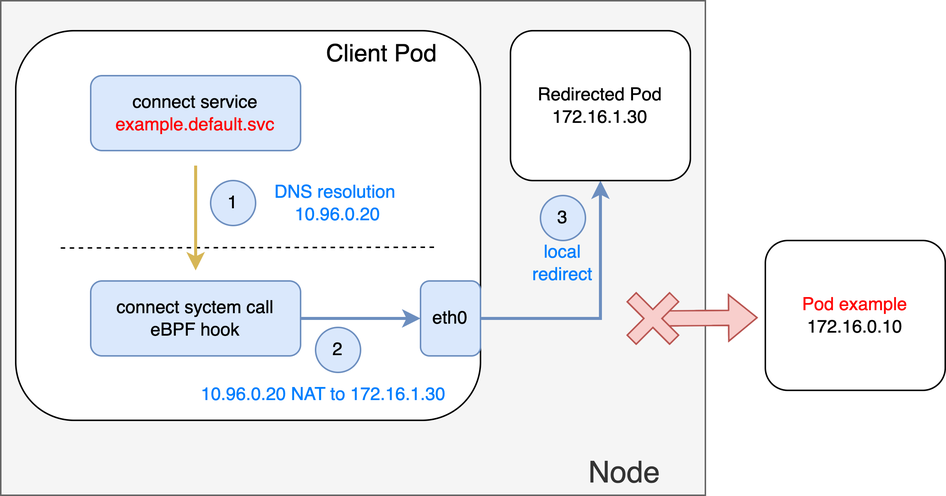
The draw.io diagram docs/images/localRedirect.png in elf-io/balancing, before a commit. Source tidied: cells renumbered, new cells last; positions are measured from the earlier drawing's top-left corner, leaving out a move shared by most shapes. The source it was exported from:
```xml
<mxGraphModel>
  <root>
    <mxCell id="0" />
    <mxCell id="1" parent="0" />
    <mxCell id="2" value="Node&amp;nbsp; &amp;nbsp; &amp;nbsp;" style="rounded=0;whiteSpace=wrap;html=1;verticalAlign=bottom;fontSize=20;align=right;fillColor=#f5f5f5;fontColor=#333333;strokeColor=#666666;" parent="1" vertex="1">
      <mxGeometry width="470" height="330" as="geometry" />
    </mxCell>
    <mxCell id="3" value="Client Pod&amp;nbsp; &amp;nbsp; &amp;nbsp;&amp;nbsp;" style="rounded=1;whiteSpace=wrap;html=1;fontSize=16;verticalAlign=top;align=right;" parent="1" vertex="1">
      <mxGeometry x="10" y="20" width="310" height="260" as="geometry" />
    </mxCell>
    <mxCell id="4" value="connect service&lt;br&gt;&lt;font color=&quot;#ff0000&quot;&gt;example.default.svc&lt;/font&gt;" style="rounded=1;whiteSpace=wrap;html=1;fillColor=#dae8fc;strokeColor=#6c8ebf;" parent="1" vertex="1">
      <mxGeometry x="60" y="50" width="140" height="50" as="geometry" />
    </mxCell>
    <mxCell id="5" style="endArrow=none;dashed=1;html=1;rounded=0;" parent="1" edge="1">
      <mxGeometry relative="1" as="geometry">
        <mxPoint x="40" y="165" as="sourcePoint" />
        <mxPoint x="290" y="164.5" as="targetPoint" />
      </mxGeometry>
    </mxCell>
    <mxCell id="6" value="DNS resolution&amp;nbsp;&lt;br&gt;10.96.0.20" style="text;html=1;strokeColor=none;fillColor=none;align=center;verticalAlign=middle;whiteSpace=wrap;rounded=0;fontColor=#007FFF;" parent="1" vertex="1">
      <mxGeometry x="180" y="100" width="90" height="70" as="geometry" />
    </mxCell>
    <mxCell id="7" style="edgeStyle=orthogonalEdgeStyle;rounded=0;jettySize=auto;html=1;entryX=0;entryY=0.5;entryDx=0;entryDy=0;fillColor=#dae8fc;strokeColor=#6c8ebf;strokeWidth=2;" parent="1" edge="1" source="8" target="11">
      <mxGeometry relative="1" as="geometry" />
    </mxCell>
    <mxCell id="8" value="connect syctem call&lt;br&gt;eBPF hook" style="rounded=1;whiteSpace=wrap;html=1;fillColor=#dae8fc;strokeColor=#6c8ebf;" parent="1" vertex="1">
      <mxGeometry x="60" y="187" width="140" height="50" as="geometry" />
    </mxCell>
    <mxCell id="9" style="endArrow=classic;html=1;rounded=0;fillColor=#fff2cc;strokeColor=#d6b656;strokeWidth=2;" parent="1" edge="1">
      <mxGeometry relative="1" as="geometry">
        <mxPoint x="130" y="110" as="sourcePoint" />
        <mxPoint x="130" y="180" as="targetPoint" />
      </mxGeometry>
    </mxCell>
    <mxCell id="10" style="edgeStyle=orthogonalEdgeStyle;rounded=0;jettySize=auto;html=1;fillColor=#dae8fc;strokeColor=#6c8ebf;strokeWidth=2;" parent="1" edge="1" source="11" target="13">
      <mxGeometry relative="1" as="geometry">
        <Array as="points">
          <mxPoint x="400" y="212" />
        </Array>
      </mxGeometry>
    </mxCell>
    <mxCell id="11" value="eth0" style="rounded=1;whiteSpace=wrap;html=1;fillColor=#dae8fc;strokeColor=#6c8ebf;" parent="1" vertex="1">
      <mxGeometry x="280" y="187" width="40" height="50" as="geometry" />
    </mxCell>
    <mxCell id="12" value="1" style="ellipse;whiteSpace=wrap;html=1;fillColor=#dae8fc;strokeColor=#6c8ebf;" parent="1" vertex="1">
      <mxGeometry x="140" y="120" width="30" height="30" as="geometry" />
    </mxCell>
    <mxCell id="13" value="Redirected Pod&lt;br&gt;172.16.1.30" style="rounded=1;whiteSpace=wrap;html=1;" parent="1" vertex="1">
      <mxGeometry x="340" y="20" width="120" height="100" as="geometry" />
    </mxCell>
    <mxCell id="14" value="&lt;font color=&quot;#ff0000&quot;&gt;Pod example&lt;br&gt;&lt;/font&gt;172.16.0.10" style="rounded=1;whiteSpace=wrap;html=1;" parent="1" vertex="1">
      <mxGeometry x="510" y="160" width="120" height="100" as="geometry" />
    </mxCell>
    <mxCell id="15" value="10.96.0.20 NAT to&amp;nbsp;172.16.1.30" style="text;html=1;align=center;verticalAlign=middle;strokeColor=none;fillColor=none;fontColor=#007FFF;" parent="1" vertex="1">
      <mxGeometry x="120" y="248" width="190" height="30" as="geometry" />
    </mxCell>
    <mxCell id="16" value="2" style="ellipse;whiteSpace=wrap;html=1;fillColor=#dae8fc;strokeColor=#6c8ebf;" parent="1" vertex="1">
      <mxGeometry x="210" y="218" width="30" height="30" as="geometry" />
    </mxCell>
    <mxCell id="17" value="3" style="ellipse;whiteSpace=wrap;html=1;fillColor=#dae8fc;strokeColor=#6c8ebf;" parent="1" vertex="1">
      <mxGeometry x="360" y="130" width="30" height="30" as="geometry" />
    </mxCell>
    <mxCell id="18" value="local redirect" style="text;html=1;strokeColor=none;fillColor=none;align=center;verticalAlign=middle;whiteSpace=wrap;rounded=0;fontColor=#007FFF;" parent="1" vertex="1">
      <mxGeometry x="345" y="160" width="60" height="30" as="geometry" />
    </mxCell>
    <mxCell id="19" style="shape=flexArrow;endArrow=classic;html=1;rounded=0;fillColor=#f8cecc;strokeColor=#b85450;exitX=0;exitY=0;exitDx=24.24264068711932;exitDy=15.75735931288068;exitPerimeter=0;" parent="1" edge="1" source="20">
      <mxGeometry relative="1" as="geometry">
        <mxPoint x="505" y="211.5" as="targetPoint" />
      </mxGeometry>
    </mxCell>
    <mxCell id="20" style="shape=cross;whiteSpace=wrap;html=1;rotation=45;fillColor=#f8cecc;strokeColor=#b85450;size=0.21213203435596598;" parent="1" vertex="1">
      <mxGeometry x="415" y="192" width="40" height="40" as="geometry" />
    </mxCell>
  </root>
</mxGraphModel>
```
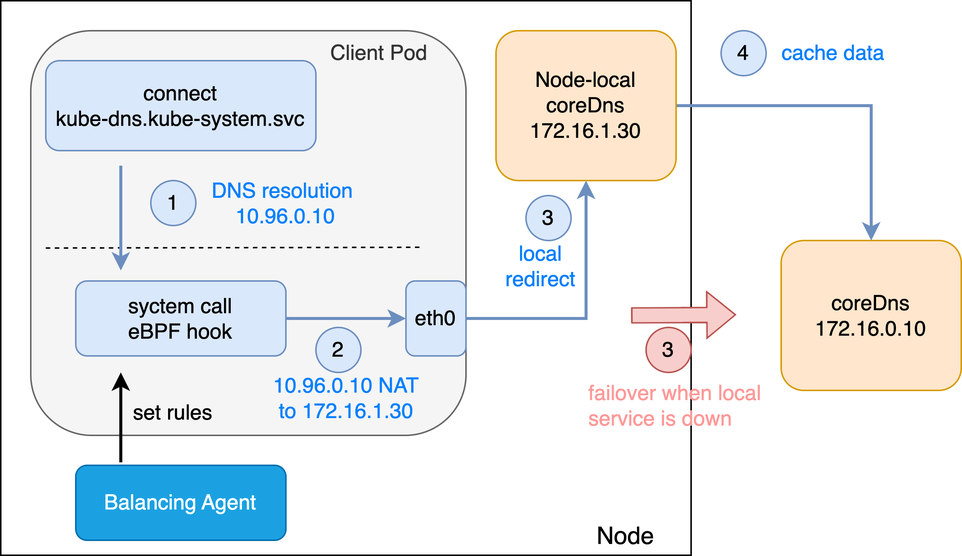
Above is the later version.

Change to the diagram source:
```diff
@@ -2,74 +2,99 @@
   <root>
     <mxCell id="0" />
     <mxCell id="1" parent="0" />
-    <mxCell id="2" value="Node&amp;nbsp; &amp;nbsp; &amp;nbsp;" style="rounded=0;whiteSpace=wrap;html=1;verticalAlign=bottom;fontSize=20;align=right;fillColor=#f5f5f5;fontColor=#333333;strokeColor=#666666;" parent="1" vertex="1">
-      <mxGeometry width="470" height="330" as="geometry" />
+    <mxCell id="2" value="Node&amp;nbsp; &amp;nbsp; &amp;nbsp;" style="rounded=0;whiteSpace=wrap;html=1;verticalAlign=bottom;fontSize=16;align=right;" parent="1" vertex="1">
+      <mxGeometry x="10" width="460" height="370" as="geometry" />
     </mxCell>
-    <mxCell id="3" value="Client Pod&amp;nbsp; &amp;nbsp; &amp;nbsp;&amp;nbsp;" style="rounded=1;whiteSpace=wrap;html=1;fontSize=16;verticalAlign=top;align=right;" parent="1" vertex="1">
-      <mxGeometry x="10" y="20" width="310" height="260" as="geometry" />
+    <mxCell id="3" value="Client Pod&amp;nbsp; &amp;nbsp; &amp;nbsp;&amp;nbsp;" style="rounded=1;whiteSpace=wrap;html=1;fontSize=14;verticalAlign=top;align=right;fillColor=#f5f5f5;fontColor=#333333;strokeColor=#666666;" parent="1" vertex="1">
+      <mxGeometry x="30" y="20" width="290" height="270" as="geometry" />
     </mxCell>
-    <mxCell id="4" value="connect service&lt;br&gt;&lt;font color=&quot;#ff0000&quot;&gt;example.default.svc&lt;/font&gt;" style="rounded=1;whiteSpace=wrap;html=1;fillColor=#dae8fc;strokeColor=#6c8ebf;" parent="1" vertex="1">
-      <mxGeometry x="60" y="50" width="140" height="50" as="geometry" />
+    <mxCell id="4" value="connect&lt;br style=&quot;font-size: 14px;&quot;&gt;&lt;font style=&quot;font-size: 14px;&quot;&gt;kube-dns.kube-system.svc&lt;/font&gt;" style="rounded=1;whiteSpace=wrap;html=1;fillColor=#dae8fc;strokeColor=#6c8ebf;fontSize=14;fontColor=#000000;" parent="1" vertex="1">
+      <mxGeometry x="40" y="40" width="180" height="60" as="geometry" />
     </mxCell>
-    <mxCell id="5" style="endArrow=none;dashed=1;html=1;rounded=0;" parent="1" edge="1">
+    <mxCell id="5" style="endArrow=none;dashed=1;html=1;rounded=0;fontSize=14;" parent="1" edge="1">
       <mxGeometry relative="1" as="geometry">
         <mxPoint x="40" y="165" as="sourcePoint" />
         <mxPoint x="290" y="164.5" as="targetPoint" />
       </mxGeometry>
     </mxCell>
-    <mxCell id="6" value="DNS resolution&amp;nbsp;&lt;br&gt;10.96.0.20" style="text;html=1;strokeColor=none;fillColor=none;align=center;verticalAlign=middle;whiteSpace=wrap;rounded=0;fontColor=#007FFF;" parent="1" vertex="1">
-      <mxGeometry x="180" y="100" width="90" height="70" as="geometry" />
+    <mxCell id="6" value="DNS resolution&amp;nbsp;&lt;br style=&quot;font-size: 14px;&quot;&gt;10.96.0.10" style="text;html=1;strokeColor=none;fillColor=none;align=center;verticalAlign=middle;whiteSpace=wrap;rounded=0;fontColor=#007FFF;fontSize=14;" parent="1" vertex="1">
+      <mxGeometry x="140" y="100" width="120" height="70" as="geometry" />
     </mxCell>
-    <mxCell id="7" style="edgeStyle=orthogonalEdgeStyle;rounded=0;jettySize=auto;html=1;entryX=0;entryY=0.5;entryDx=0;entryDy=0;fillColor=#dae8fc;strokeColor=#6c8ebf;strokeWidth=2;" parent="1" edge="1" source="8" target="11">
+    <mxCell id="7" style="edgeStyle=orthogonalEdgeStyle;rounded=0;jettySize=auto;html=1;entryX=0;entryY=0.5;entryDx=0;entryDy=0;fillColor=#dae8fc;strokeColor=#6c8ebf;strokeWidth=2;fontSize=14;" parent="1" edge="1" source="8" target="11">
       <mxGeometry relative="1" as="geometry" />
     </mxCell>
-    <mxCell id="8" value="connect syctem call&lt;br&gt;eBPF hook" style="rounded=1;whiteSpace=wrap;html=1;fillColor=#dae8fc;strokeColor=#6c8ebf;" parent="1" vertex="1">
+    <mxCell id="8" value="syctem call&lt;br style=&quot;font-size: 14px;&quot;&gt;eBPF hook" style="rounded=1;whiteSpace=wrap;html=1;fillColor=#dae8fc;strokeColor=#6c8ebf;fontSize=14;" parent="1" vertex="1">
       <mxGeometry x="60" y="187" width="140" height="50" as="geometry" />
     </mxCell>
-    <mxCell id="9" style="endArrow=classic;html=1;rounded=0;fillColor=#fff2cc;strokeColor=#d6b656;strokeWidth=2;" parent="1" edge="1">
+    <mxCell id="9" style="endArrow=classic;html=1;rounded=0;fillColor=#dae8fc;strokeColor=#6c8ebf;strokeWidth=2;fontSize=14;" parent="1" edge="1">
       <mxGeometry relative="1" as="geometry">
-        <mxPoint x="130" y="110" as="sourcePoint" />
-        <mxPoint x="130" y="180" as="targetPoint" />
+        <mxPoint x="90" y="110" as="sourcePoint" />
+        <mxPoint x="90" y="180" as="targetPoint" />
       </mxGeometry>
     </mxCell>
-    <mxCell id="10" style="edgeStyle=orthogonalEdgeStyle;rounded=0;jettySize=auto;html=1;fillColor=#dae8fc;strokeColor=#6c8ebf;strokeWidth=2;" parent="1" edge="1" source="11" target="13">
+    <mxCell id="10" style="edgeStyle=orthogonalEdgeStyle;rounded=0;jettySize=auto;html=1;fillColor=#dae8fc;strokeColor=#6c8ebf;strokeWidth=2;fontSize=14;" parent="1" edge="1" source="11" target="13">
       <mxGeometry relative="1" as="geometry">
         <Array as="points">
           <mxPoint x="400" y="212" />
         </Array>
       </mxGeometry>
     </mxCell>
-    <mxCell id="11" value="eth0" style="rounded=1;whiteSpace=wrap;html=1;fillColor=#dae8fc;strokeColor=#6c8ebf;" parent="1" vertex="1">
+    <mxCell id="11" value="eth0" style="rounded=1;whiteSpace=wrap;html=1;fillColor=#dae8fc;strokeColor=#6c8ebf;fontSize=14;" parent="1" vertex="1">
       <mxGeometry x="280" y="187" width="40" height="50" as="geometry" />
     </mxCell>
-    <mxCell id="12" value="1" style="ellipse;whiteSpace=wrap;html=1;fillColor=#dae8fc;strokeColor=#6c8ebf;" parent="1" vertex="1">
-      <mxGeometry x="140" y="120" width="30" height="30" as="geometry" />
+    <mxCell id="12" value="1" style="ellipse;whiteSpace=wrap;html=1;fillColor=#dae8fc;strokeColor=#6c8ebf;fontSize=14;" parent="1" vertex="1">
+      <mxGeometry x="110" y="120" width="30" height="30" as="geometry" />
     </mxCell>
+    <mxCell id="21" style="edgeStyle=orthogonalEdgeStyle;rounded=0;jettySize=auto;html=1;entryX=0.5;entryY=0;entryDx=0;entryDy=0;strokeWidth=2;fillColor=#dae8fc;strokeColor=#6c8ebf;" parent="1" edge="1" source="13" target="14">
+      <mxGeometry relative="1" as="geometry" />
+    </mxCell>
-    <mxCell id="13" value="Redirected Pod&lt;br&gt;172.16.1.30" style="rounded=1;whiteSpace=wrap;html=1;" parent="1" vertex="1">
+    <mxCell id="13" value="Node-local coreDns&lt;br&gt;172.16.1.30" style="rounded=1;whiteSpace=wrap;html=1;fillColor=#ffe6cc;strokeColor=#d79b00;fontSize=14;" parent="1" vertex="1">
       <mxGeometry x="340" y="20" width="120" height="100" as="geometry" />
     </mxCell>
-    <mxCell id="14" value="&lt;font color=&quot;#ff0000&quot;&gt;Pod example&lt;br&gt;&lt;/font&gt;172.16.0.10" style="rounded=1;whiteSpace=wrap;html=1;" parent="1" vertex="1">
-      <mxGeometry x="510" y="160" width="120" height="100" as="geometry" />
+    <mxCell id="14" value="coreDns&lt;br&gt;172.16.0.10" style="rounded=1;whiteSpace=wrap;html=1;fillColor=#ffe6cc;strokeColor=#d79b00;fontSize=14;" parent="1" vertex="1">
+      <mxGeometry x="530" y="160" width="120" height="100" as="geometry" />
     </mxCell>
-    <mxCell id="15" value="10.96.0.20 NAT to&amp;nbsp;172.16.1.30" style="text;html=1;align=center;verticalAlign=middle;strokeColor=none;fillColor=none;fontColor=#007FFF;" parent="1" vertex="1">
-      <mxGeometry x="120" y="248" width="190" height="30" as="geometry" />
+    <mxCell id="15" value="10.96.0.10 NAT &lt;br&gt;to&amp;nbsp;172.16.1.30" style="text;html=1;align=center;verticalAlign=middle;strokeColor=none;fillColor=none;fontColor=#007FFF;fontSize=14;" parent="1" vertex="1">
+      <mxGeometry x="180" y="240" width="120" height="50" as="geometry" />
     </mxCell>
-    <mxCell id="16" value="2" style="ellipse;whiteSpace=wrap;html=1;fillColor=#dae8fc;strokeColor=#6c8ebf;" parent="1" vertex="1">
-      <mxGeometry x="210" y="218" width="30" height="30" as="geometry" />
+    <mxCell id="16" value="2" style="ellipse;whiteSpace=wrap;html=1;fillColor=#dae8fc;strokeColor=#6c8ebf;fontSize=14;" parent="1" vertex="1">
+      <mxGeometry x="220" y="218" width="30" height="30" as="geometry" />
     </mxCell>
-    <mxCell id="17" value="3" style="ellipse;whiteSpace=wrap;html=1;fillColor=#dae8fc;strokeColor=#6c8ebf;" parent="1" vertex="1">
+    <mxCell id="17" value="3" style="ellipse;whiteSpace=wrap;html=1;fillColor=#dae8fc;strokeColor=#6c8ebf;fontSize=14;" parent="1" vertex="1">
       <mxGeometry x="360" y="130" width="30" height="30" as="geometry" />
     </mxCell>
-    <mxCell id="18" value="local redirect" style="text;html=1;strokeColor=none;fillColor=none;align=center;verticalAlign=middle;whiteSpace=wrap;rounded=0;fontColor=#007FFF;" parent="1" vertex="1">
-      <mxGeometry x="345" y="160" width="60" height="30" as="geometry" />
+    <mxCell id="18" value="local redirect" style="text;html=1;strokeColor=none;fillColor=none;align=center;verticalAlign=middle;whiteSpace=wrap;rounded=0;fontColor=#007FFF;fontSize=14;" parent="1" vertex="1">
+      <mxGeometry x="340" y="162" width="60" height="30" as="geometry" />
     </mxCell>
-    <mxCell id="19" style="shape=flexArrow;endArrow=classic;html=1;rounded=0;fillColor=#f8cecc;strokeColor=#b85450;exitX=0;exitY=0;exitDx=24.24264068711932;exitDy=15.75735931288068;exitPerimeter=0;" parent="1" edge="1" source="20">
+    <mxCell id="19" style="shape=flexArrow;endArrow=classic;html=1;rounded=0;fillColor=#f8cecc;strokeColor=#b85450;exitX=0;exitY=0;exitDx=24.24264068711932;exitDy=15.75735931288068;exitPerimeter=0;fontSize=14;" parent="1" edge="1">
       <mxGeometry relative="1" as="geometry">
-        <mxPoint x="505" y="211.5" as="targetPoint" />
+        <mxPoint x="430" y="210" as="sourcePoint" />
+        <mxPoint x="500" y="209.5" as="targetPoint" />
       </mxGeometry>
     </mxCell>
-    <mxCell id="20" style="shape=cross;whiteSpace=wrap;html=1;rotation=45;fillColor=#f8cecc;strokeColor=#b85450;size=0.21213203435596598;" parent="1" vertex="1">
-      <mxGeometry x="415" y="192" width="40" height="40" as="geometry" />
-    </mxCell>
+    <mxCell id="22" value="Balancing Agent" style="rounded=1;whiteSpace=wrap;html=1;fillColor=#1ba1e2;fontColor=#ffffff;strokeColor=#006EAF;fontSize=14;" parent="1" vertex="1">
+      <mxGeometry x="60" y="310" width="140" height="50" as="geometry" />
+    </mxCell>
+    <mxCell id="23" style="endArrow=classic;html=1;rounded=0;strokeWidth=2;fontSize=14;" parent="1" edge="1">
+      <mxGeometry relative="1" as="geometry">
+        <mxPoint x="90" y="308" as="sourcePoint" />
+        <mxPoint x="90" y="248" as="targetPoint" />
+      </mxGeometry>
+    </mxCell>
+    <mxCell id="24" value="4" style="ellipse;whiteSpace=wrap;html=1;fillColor=#dae8fc;strokeColor=#6c8ebf;fontSize=14;" parent="1" vertex="1">
+      <mxGeometry x="490" y="20" width="30" height="30" as="geometry" />
+    </mxCell>
+    <mxCell id="25" value="cache data" style="text;html=1;strokeColor=none;fillColor=none;align=center;verticalAlign=middle;whiteSpace=wrap;rounded=0;fontColor=#007FFF;fontSize=14;" parent="1" vertex="1">
+      <mxGeometry x="520" y="10" width="90" height="50" as="geometry" />
+    </mxCell>
+    <mxCell id="26" value="failover when local service is down" style="text;html=1;strokeColor=none;fillColor=none;align=left;verticalAlign=middle;whiteSpace=wrap;rounded=0;fontSize=14;fontColor=#FF9999;" parent="1" vertex="1">
+      <mxGeometry x="400" y="230" width="135" height="80" as="geometry" />
+    </mxCell>
+    <mxCell id="27" value="set rules" style="text;html=1;strokeColor=none;fillColor=none;align=center;verticalAlign=middle;whiteSpace=wrap;rounded=0;fontSize=14;" parent="1" vertex="1">
+      <mxGeometry x="95" y="260" width="60" height="30" as="geometry" />
+    </mxCell>
+    <mxCell id="28" value="3" style="ellipse;whiteSpace=wrap;html=1;fillColor=#f8cecc;strokeColor=#b85450;fontSize=14;" parent="1" vertex="1">
+      <mxGeometry x="440" y="218" width="30" height="30" as="geometry" />
+    </mxCell>
   </root>
 </mxGraphModel>
```
